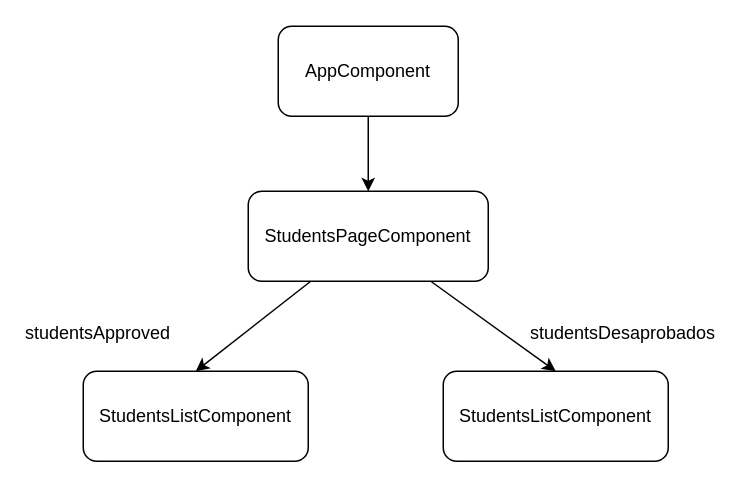
This is components.drawio from josuebaez61/clase-05-comunicacion-components, a draw.io file, before an edit. Source tidied: cells renumbered, new cells numbered last; positions are measured from the earlier drawing's top-left corner, leaving out a move shared by most shapes. Both pictures are drawn from the tidied source at 150%, with x=0, y=0 at pixel (52, 26).
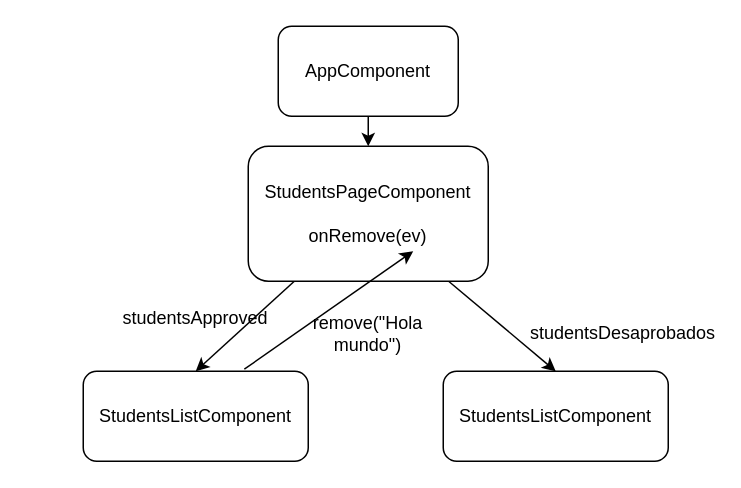
After the change.

The edit, as a diff of the source:
```diff
@@
 <mxGraphModel>
   <root>
     <mxCell id="0" />
     <mxCell id="1" parent="0" />
     <mxCell id="2" style="edgeStyle=none;html=1;entryX=0.5;entryY=0;entryDx=0;entryDy=0;" parent="1" edge="1" source="3" target="6">
       <mxGeometry relative="1" as="geometry" />
     </mxCell>
     <mxCell id="3" value="AppComponent" style="rounded=1;whiteSpace=wrap;html=1;" parent="1" vertex="1">
       <mxGeometry x="150" width="120" height="60" as="geometry" />
     </mxCell>
     <mxCell id="4" style="edgeStyle=none;html=1;entryX=0.5;entryY=0;entryDx=0;entryDy=0;" parent="1" edge="1" source="6" target="7">
       <mxGeometry relative="1" as="geometry" />
     </mxCell>
     <mxCell id="5" style="edgeStyle=none;html=1;entryX=0.5;entryY=0;entryDx=0;entryDy=0;" parent="1" edge="1" source="6" target="8">
       <mxGeometry relative="1" as="geometry" />
     </mxCell>
-    <mxCell id="6" value="StudentsPageComponent" style="rounded=1;whiteSpace=wrap;html=1;" parent="1" vertex="1">
-      <mxGeometry x="130" y="110" width="160" height="60" as="geometry" />
+    <mxCell id="6" value="StudentsPageComponent&lt;br&gt;&lt;br&gt;onRemove(ev)" style="rounded=1;whiteSpace=wrap;html=1;" parent="1" vertex="1">
+      <mxGeometry x="130" y="80" width="160" height="90" as="geometry" />
     </mxCell>
     <mxCell id="7" value="StudentsListComponent" style="rounded=1;whiteSpace=wrap;html=1;" parent="1" vertex="1">
       <mxGeometry x="20" y="230" width="150" height="60" as="geometry" />
     </mxCell>
     <mxCell id="8" value="StudentsListComponent" style="rounded=1;whiteSpace=wrap;html=1;" parent="1" vertex="1">
       <mxGeometry x="260" y="230" width="150" height="60" as="geometry" />
     </mxCell>
     <mxCell id="9" value="studentsApproved" style="text;html=1;strokeColor=none;fillColor=none;align=center;verticalAlign=middle;whiteSpace=wrap;rounded=0;" parent="1" vertex="1">
-      <mxGeometry y="190" width="60" height="30" as="geometry" />
+      <mxGeometry x="65" y="180" width="60" height="30" as="geometry" />
     </mxCell>
     <mxCell id="10" value="studentsDesaprobados" style="text;html=1;strokeColor=none;fillColor=none;align=center;verticalAlign=middle;whiteSpace=wrap;rounded=0;" parent="1" vertex="1">
       <mxGeometry x="350" y="190" width="60" height="30" as="geometry" />
     </mxCell>
+    <mxCell id="11" value="remove(&quot;Hola mundo&quot;)" style="text;html=1;strokeColor=none;fillColor=none;align=center;verticalAlign=middle;whiteSpace=wrap;rounded=0;" parent="1" vertex="1">
+      <mxGeometry x="150" y="190" width="120" height="30" as="geometry" />
+    </mxCell>
+    <mxCell id="12" style="endArrow=classic;html=1;exitX=0.716;exitY=-0.023;exitDx=0;exitDy=0;exitPerimeter=0;" parent="1" edge="1" source="7">
+      <mxGeometry relative="1" as="geometry">
+        <mxPoint x="240" y="150" as="targetPoint" />
+      </mxGeometry>
+    </mxCell>
   </root>
 </mxGraphModel>
```
